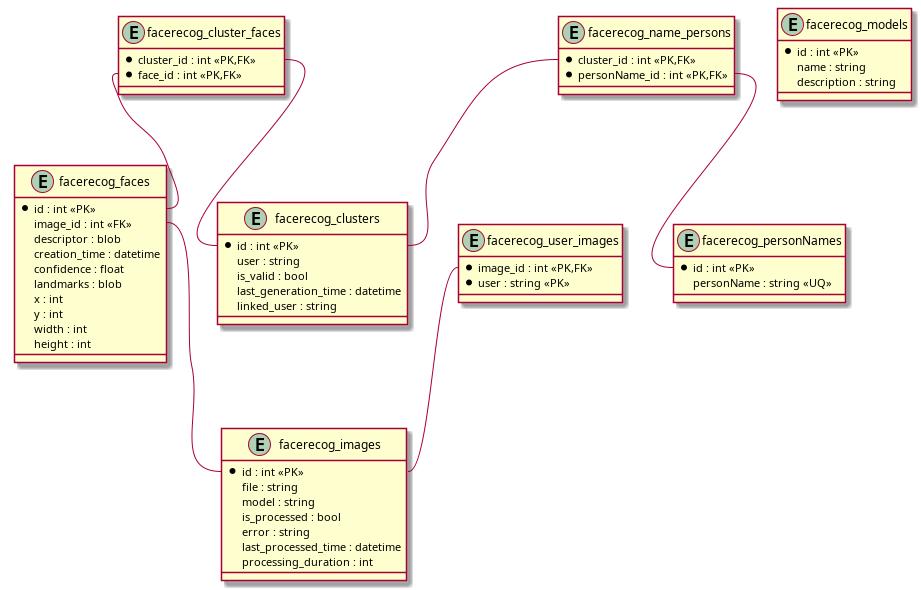
Earlier version of the PlantUML export ERD-schema.png (mate1213/facerecognition). Its source is kept beside it as ERD-schema.puml.
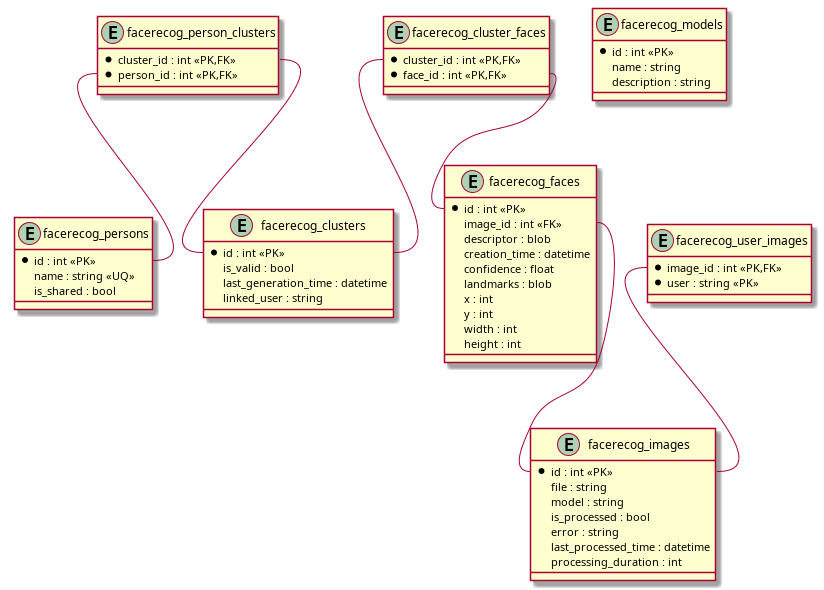
The same diagram one commit later.

Diff of the diagram source:
```diff
@@ -2,7 +2,6 @@
 
 entity facerecog_clusters {
   *id : int <<PK>>
-  user : string
   is_valid : bool
   last_generation_time : datetime
   linked_user : string
@@ -19,10 +18,20 @@
 
   entity facerecog_clusters {
     *id : int <<PK>>
-    user : string
     is_valid : bool
     last_generation_time : datetime
     linked_user : string
+  }
+
+  entity facerecog_persons {
+    *id : int <<PK>>
+    name : string <<UQ>>
+    is_shared : bool
+  }
+
+  entity facerecog_person_clusters {
+    *cluster_id : int <<PK,FK>>
+    *person_id : int <<PK,FK>>
   }
 
   entity facerecog_images {
@@ -33,6 +42,11 @@
     error : string
     last_processed_time : datetime
     processing_duration : int
+  }
+
+  entity facerecog_user_images {
+    *image_id : int <<PK,FK>>
+    *user : string <<PK>>
   }
 
   entity facerecog_faces {
@@ -48,37 +62,22 @@
     height : int
   }
 
+  entity facerecog_cluster_faces {
+    *cluster_id : int <<PK,FK>>
+    *face_id : int <<PK,FK>>
+  }
+
   entity facerecog_models {
     *id : int <<PK>>
     name : string
     description : string
   }
 
-  entity facerecog_user_images {
-    *image_id : int <<PK,FK>>
-    *user : string <<PK>>
-  }
-
-  entity facerecog_cluster_faces {
-    *cluster_id : int <<PK,FK>>
-    *face_id : int <<PK,FK>>
-  }
-
-  entity facerecog_personNames {
-    *id : int <<PK>>
-    personName : string <<UQ>>
-  }
-
-  entity facerecog_name_persons {
-    *cluster_id : int <<PK,FK>>
-    *personName_id : int <<PK,FK>>
-  }
-
+  facerecog_person_clusters::cluster_id -- facerecog_clusters::id
+  facerecog_person_clusters::person_id -- facerecog_persons::id
+  facerecog_user_images::image_id -- facerecog_images::id
   facerecog_faces::image_id -- facerecog_images::id
-  facerecog_user_images::image_id -- facerecog_images::id
   facerecog_cluster_faces::cluster_id -- facerecog_clusters::id
   facerecog_cluster_faces::face_id -- facerecog_faces::id
-  facerecog_name_persons::cluster_id -- facerecog_clusters::id
-  facerecog_name_persons::personName_id -- facerecog_personNames::id
 
   @enduml
```
